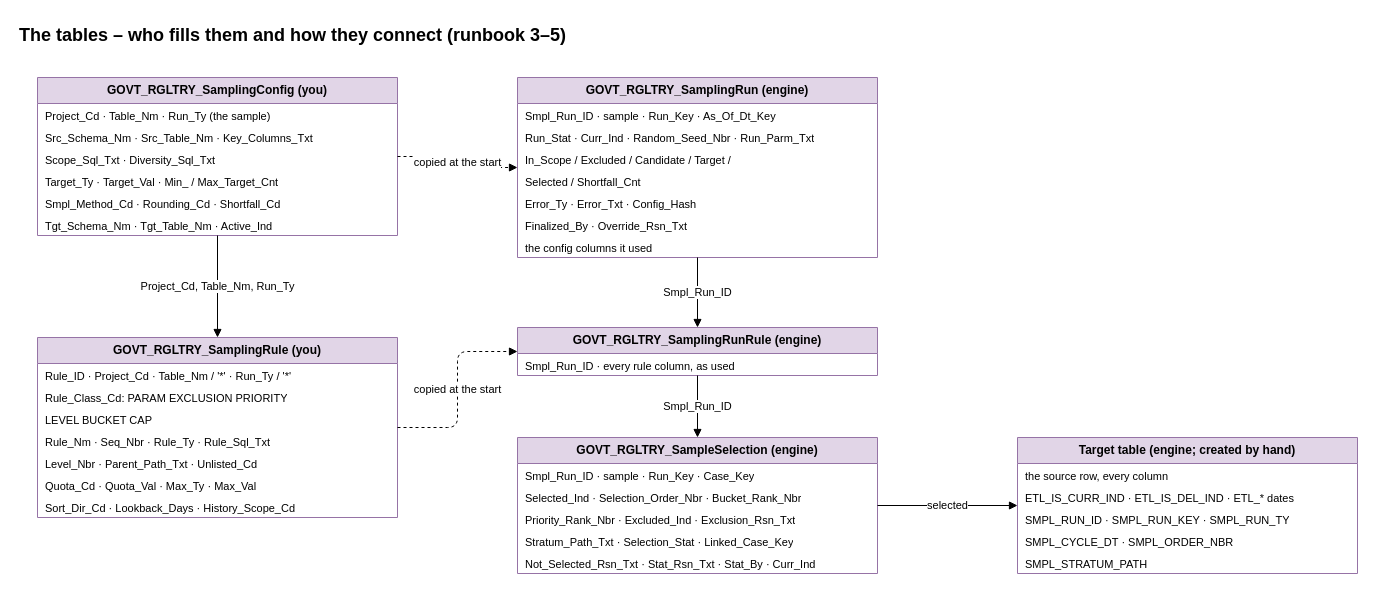
trinathgundavaram/sampling keeps this draw.io diagram as airflow_resources/docs/diagrams/pages/08_tables.drawio. Above is the earlier version. Source tidied: cells renumbered, new cells numbered last; positions are measured from the earlier drawing's top-left corner, leaving out a move shared by most shapes. Both pictures are drawn from the tidied source at 100%, with x=0, y=0 at pixel (17, 17).
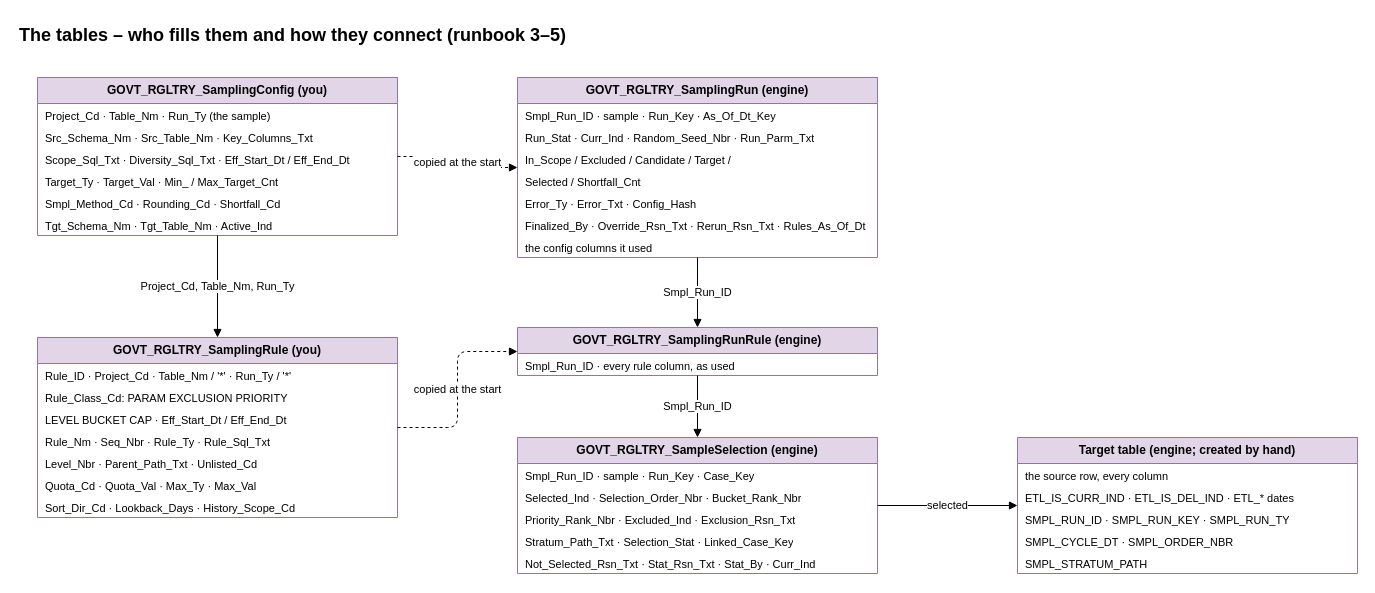
After the change.

The change refers to these unchanged cells:
```xml
<mxCell id="3" value="GOVT_RGLTRY_SamplingConfig  (you)" style="swimlane;fontStyle=1;horizontal=1;startSize=26;fillColor=#e1d5e7;strokeColor=#9673a6;html=1;whiteSpace=wrap;" parent="1" vertex="1">
  <mxGeometry x="20" y="60" width="360" height="158" as="geometry" />
</mxCell>
<mxCell id="10" value="GOVT_RGLTRY_SamplingRule  (you)" style="swimlane;fontStyle=1;horizontal=1;startSize=26;fillColor=#e1d5e7;strokeColor=#9673a6;html=1;whiteSpace=wrap;" parent="1" vertex="1">
  <mxGeometry x="20" y="320" width="360" height="180" as="geometry" />
</mxCell>
<mxCell id="18" value="GOVT_RGLTRY_SamplingRun  (engine)" style="swimlane;fontStyle=1;horizontal=1;startSize=26;fillColor=#e1d5e7;strokeColor=#9673a6;html=1;whiteSpace=wrap;" parent="1" vertex="1">
  <mxGeometry x="500" y="60" width="360" height="180" as="geometry" />
</mxCell>
```

What changed in the source:
```diff
@@
-    <mxCell id="6" value="Scope_Sql_Txt · Diversity_Sql_Txt" style="text;strokeColor=none;fillColor=none;align=left;verticalAlign=top;spacingLeft=6;spacingRight=4;overflow=hidden;html=1;whiteSpace=wrap;fontSize=11;" parent="3" vertex="1">
+    <mxCell id="6" value="Scope_Sql_Txt · Diversity_Sql_Txt · Eff_Start_Dt / Eff_End_Dt" style="text;strokeColor=none;fillColor=none;align=left;verticalAlign=top;spacingLeft=6;spacingRight=4;overflow=hidden;html=1;whiteSpace=wrap;fontSize=11;" parent="3" vertex="1">
       <mxGeometry y="70" width="360" height="22" as="geometry" />
     </mxCell>
@@
-    <mxCell id="13" value="  LEVEL BUCKET CAP" style="text;strokeColor=none;fillColor=none;align=left;verticalAlign=top;spacingLeft=6;spacingRight=4;overflow=hidden;html=1;whiteSpace=wrap;fontSize=11;" parent="10" vertex="1">
+    <mxCell id="13" value="  LEVEL BUCKET CAP  ·  Eff_Start_Dt / Eff_End_Dt" style="text;strokeColor=none;fillColor=none;align=left;verticalAlign=top;spacingLeft=6;spacingRight=4;overflow=hidden;html=1;whiteSpace=wrap;fontSize=11;" parent="10" vertex="1">
       <mxGeometry y="70" width="360" height="22" as="geometry" />
     </mxCell>
@@
-    <mxCell id="24" value="Finalized_By · Override_Rsn_Txt" style="text;strokeColor=none;fillColor=none;align=left;verticalAlign=top;spacingLeft=6;spacingRight=4;overflow=hidden;html=1;whiteSpace=wrap;fontSize=11;" parent="18" vertex="1">
+    <mxCell id="24" value="Finalized_By · Override_Rsn_Txt · Rerun_Rsn_Txt · Rules_As_Of_Dt" style="text;strokeColor=none;fillColor=none;align=left;verticalAlign=top;spacingLeft=6;spacingRight=4;overflow=hidden;html=1;whiteSpace=wrap;fontSize=11;" parent="18" vertex="1">
       <mxGeometry y="136" width="360" height="22" as="geometry" />
     </mxCell>
```
